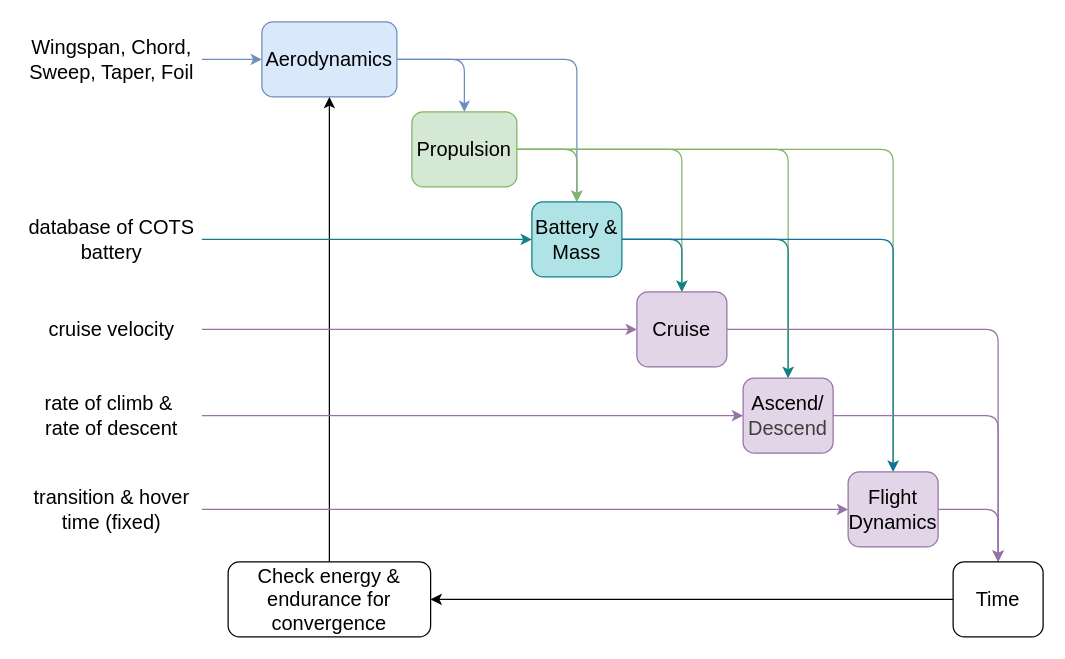
Earlier version of the draw.io diagram tailsitter_xdsm_v1.drawio (Shrirocket/OpenMDAO_Intro_Problems). Source tidied: cells renumbered, new cells numbered last; positions are measured from the earlier drawing's top-left corner, leaving out a move shared by most shapes. Both pictures are drawn from the tidied source at 125%, with x=0, y=0 at pixel (21, 21).
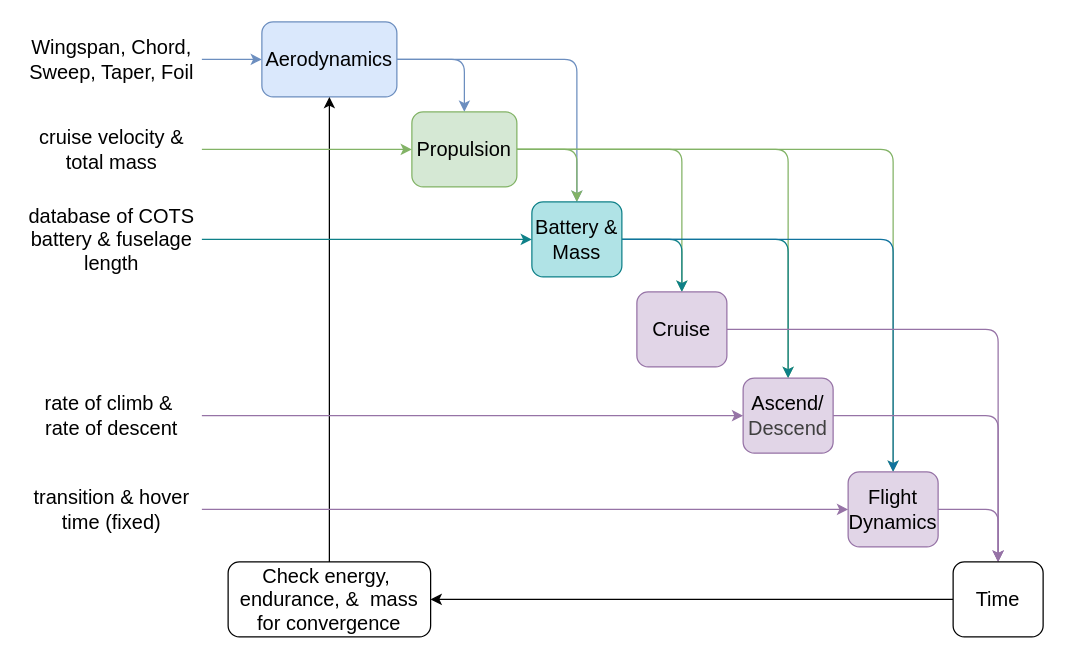
Above is the later version.

Commit message:
moved xdsm inputs

The change refers to these unchanged cells:
```xml
<mxCell id="9" value="Propulsion" style="rounded=1;whiteSpace=wrap;html=1;fillColor=#d5e8d4;strokeColor=#82b366;fontSize=16;" parent="1" vertex="1">
  <mxGeometry x="312" y="72" width="84" height="60" as="geometry" />
</mxCell>
<mxCell id="15" value="Cruise" style="rounded=1;whiteSpace=wrap;html=1;fillColor=#e1d5e7;strokeColor=#9673a6;fontSize=16;" parent="1" vertex="1">
  <mxGeometry x="492" y="216" width="72" height="60" as="geometry" />
</mxCell>
```

The edit, as a diff of the source:
```diff
@@
-    <mxCell id="25" value="Check energy &amp;amp; endurance for convergence" style="rounded=1;whiteSpace=wrap;html=1;fontSize=16;" parent="1" vertex="1">
+    <mxCell id="25" value="Check energy,&amp;nbsp; endurance, &amp;amp;&amp;nbsp; mass for convergence" style="rounded=1;whiteSpace=wrap;html=1;fontSize=16;" parent="1" vertex="1">
       <mxGeometry x="165" y="432" width="162" height="60" as="geometry" />
     </mxCell>
@@
-    <mxCell id="27" value="database of COTS battery" style="text;html=1;align=center;verticalAlign=middle;whiteSpace=wrap;rounded=0;fontSize=16;" parent="1" vertex="1">
+    <mxCell id="27" value="database of COTS battery &amp;amp; fuselage length" style="text;html=1;align=center;verticalAlign=middle;whiteSpace=wrap;rounded=0;fontSize=16;" parent="1" vertex="1">
       <mxGeometry y="159" width="144" height="30" as="geometry" />
     </mxCell>
-    <mxCell id="28" style="edgeStyle=none;html=1;entryX=0;entryY=0.5;entryDx=0;entryDy=0;fillColor=#e1d5e7;strokeColor=#9673a6;" parent="1" edge="1" source="29" target="15">
-      <mxGeometry relative="1" as="geometry" />
-    </mxCell>
+    <mxCell id="34" style="edgeStyle=none;html=1;fillColor=#d5e8d4;strokeColor=#82b366;" parent="1" edge="1" source="29" target="9">
+      <mxGeometry relative="1" as="geometry" />
+    </mxCell>
-    <mxCell id="29" value="cruise velocity" style="text;html=1;align=center;verticalAlign=middle;whiteSpace=wrap;rounded=0;fontSize=16;" parent="1" vertex="1">
-      <mxGeometry y="231" width="144" height="30" as="geometry" />
+    <mxCell id="29" value="cruise velocity &amp;amp; total mass" style="text;html=1;align=center;verticalAlign=middle;whiteSpace=wrap;rounded=0;fontSize=16;" parent="1" vertex="1">
+      <mxGeometry y="87" width="144" height="30" as="geometry" />
     </mxCell>
```
